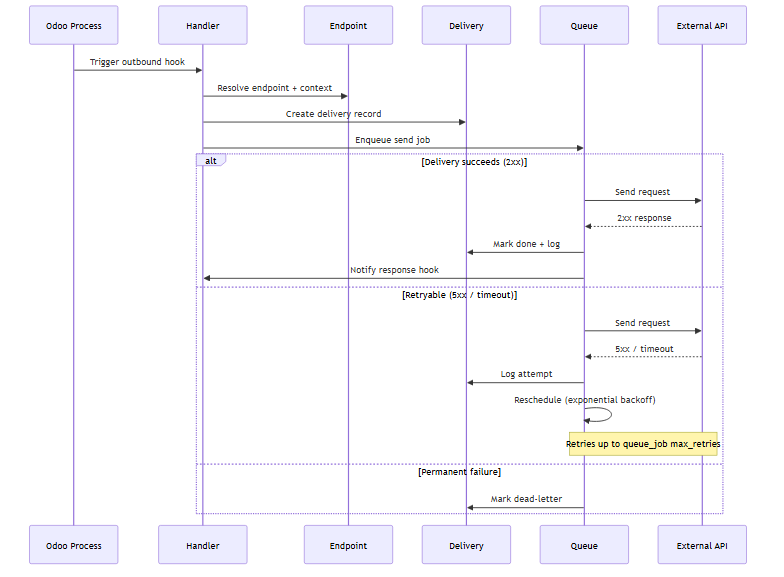
This is bwt_webhooks_outbound/static/description/diagrams/webhooks-outbound-sequence.png from bitwise-hq/odoo-webhooks, a Mermaid export, as it was before one commit. Its source is kept beside it as docs/diagrams/webhooks-outbound-sequence.mmd.
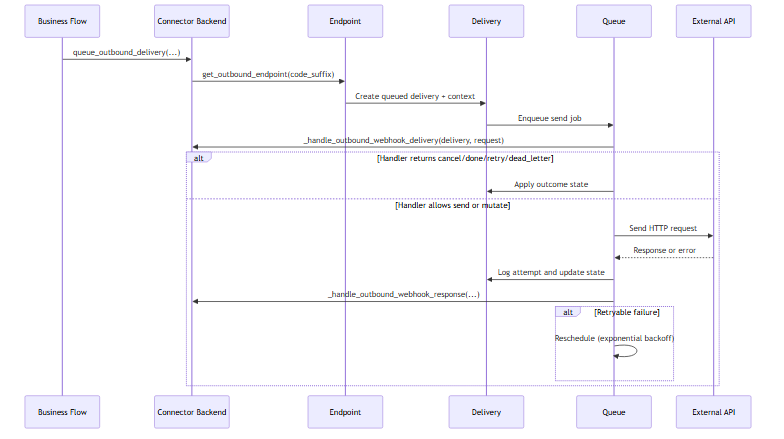
Above is the later version.

What changed in the source:
```diff
@@ -1,26 +1,24 @@
 sequenceDiagram
-  participant Odoo as Odoo Process
-  participant Handler
+  participant App as Business Flow
+  participant Backend as Connector Backend
   participant Endpoint
   participant Delivery
   participant Queue
   participant API as External API
 
-  Odoo->>Handler: Trigger outbound hook
-  Handler->>Endpoint: Resolve endpoint + context
-  Handler->>Delivery: Create delivery record
-  Handler->>Queue: Enqueue send job
-  alt Delivery succeeds (2xx)
-    Queue->>API: Send request
-    API-->>Queue: 2xx response
-    Queue->>Delivery: Mark done + log
-    Queue->>Handler: Notify response hook
-  else Retryable (5xx / timeout)
-    Queue->>API: Send request
-    API-->>Queue: 5xx / timeout
-    Queue->>Delivery: Log attempt
-    Queue->>Queue: Reschedule (exponential backoff)
-    note over Queue,API: Retries up to queue_job max_retries
-  else Permanent failure
-    Queue->>Delivery: Mark dead-letter
+  App->>Backend: queue_outbound_delivery(...)
+  Backend->>Endpoint: get_outbound_endpoint(code_suffix)
+  Endpoint->>Delivery: Create queued delivery + context
+  Delivery->>Queue: Enqueue send job
+  Queue->>Backend: _handle_outbound_webhook_delivery(delivery, request)
+  alt Handler returns cancel/done/retry/dead_letter
+    Queue->>Delivery: Apply outcome state
+  else Handler allows send or mutate
+    Queue->>API: Send HTTP request
+    API-->>Queue: Response or error
+    Queue->>Delivery: Log attempt and update state
+    Queue->>Backend: _handle_outbound_webhook_response(...)
+    alt Retryable failure
+      Queue->>Queue: Reschedule (exponential backoff)
+    end
   end
```
